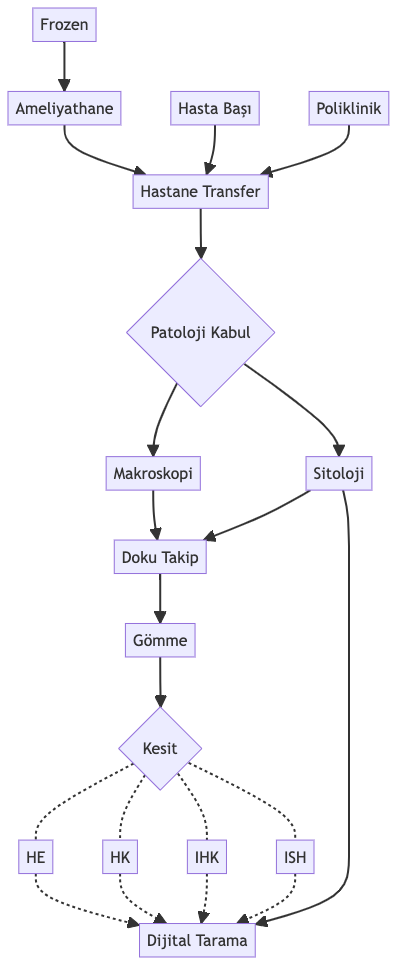
The Mermaid diagram media/yeni-preanalitikler.mmd.png in sbalci/rutinde-dijital-patoloji, before a commit. Its source is kept beside it as diagram/yeni-preanalitikler.mmd. Its diagram source:
```mermaid
flowchart TB
Frozen[Frozen] --> Ameliyathane[Ameliyathane]
Ameliyathane[Ameliyathane] --> Transfer[Hastane Transfer]
HastaBasi[Hasta Başı] --> Transfer[Hastane Transfer]
Poliklinik[Poliklinik] --> Transfer[Hastane Transfer]
Transfer[Hastane Transfer] --> PatolojiKabul{Patoloji Kabul}
PatolojiKabul{Patoloji Kabul} --> Makroskopi[Makroskopi]
PatolojiKabul{Patoloji Kabul} --> Sitoloji[Sitoloji]
Makroskopi[Makroskopi] --> DokuTakip[Doku Takip]
Sitoloji[Sitoloji] --> DokuTakip[Doku Takip]
DokuTakip[Doku Takip] --> Gomme[Gömme]
Gomme[Gömme] --> Kesit{Kesit}
Kesit{Kesit} -.-HE-.-> Tarama[Dijital Tarama]
Kesit{Kesit} -.- HK-.-> Tarama[Dijital Tarama]
Kesit{Kesit} -.- IHK-.-> Tarama[Dijital Tarama]
Kesit{Kesit} -.- ISH-.-> Tarama[Dijital Tarama]
Sitoloji[Sitoloji] --> Tarama[Dijital Tarama]
```
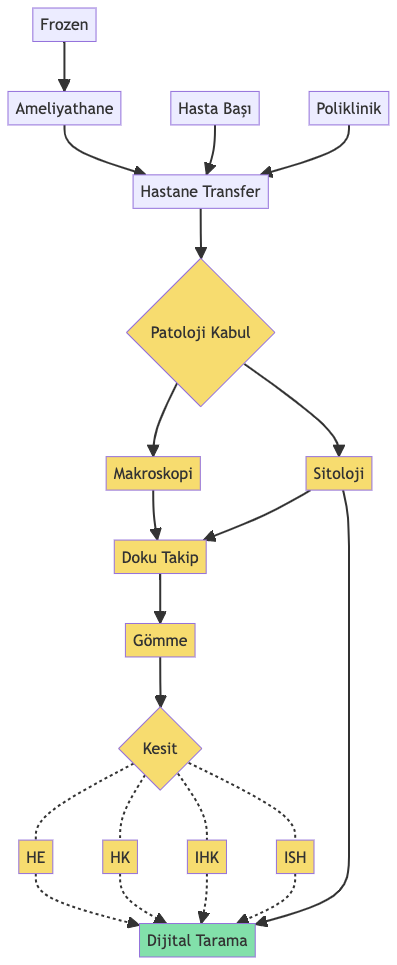
Above is the later version.

Diff of the diagram source:
```diff
@@ -1,4 +1,15 @@
 flowchart TB
+style PatolojiKabul fill:#F7DC6F, font-size:10px
+style Makroskopi fill:#F7DC6F
+style Sitoloji fill:#F7DC6F
+style DokuTakip fill:#F7DC6F
+style Gomme fill:#F7DC6F
+style Kesit fill:#F7DC6F
+style Tarama fill:#82E0AA
+style HE fill:#F7DC6F
+style HK fill:#F7DC6F
+style IHK fill:#F7DC6F
+style ISH fill:#F7DC6F
 Frozen[Frozen] --> Ameliyathane[Ameliyathane]
 Ameliyathane[Ameliyathane] --> Transfer[Hastane Transfer]
 HastaBasi[Hasta Başı] --> Transfer[Hastane Transfer]
```
